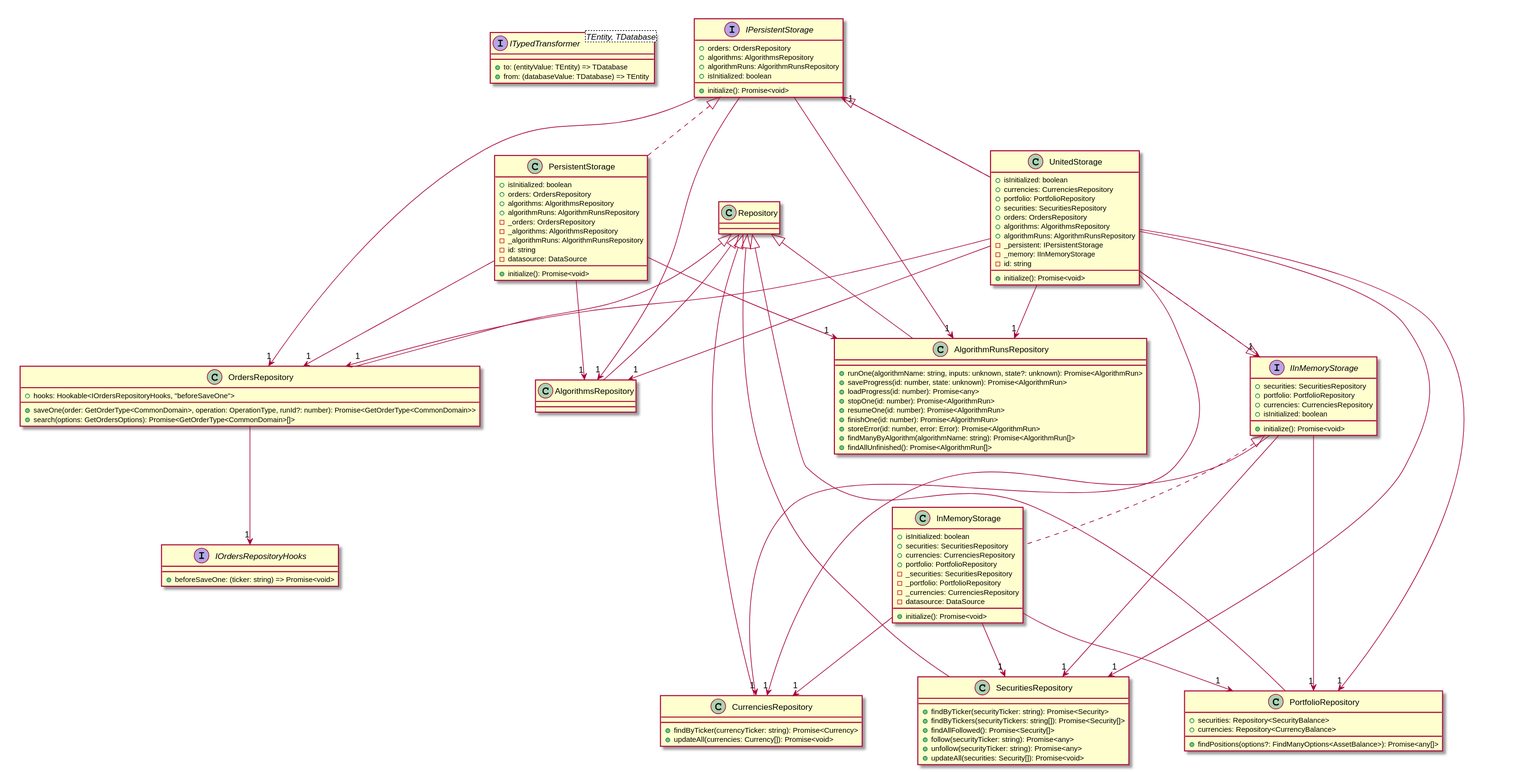
Earlier version of the PlantUML export diagrams/storage.svg (d0rich/tradeb0t).
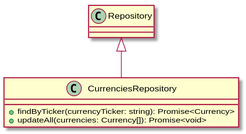
Above is the later version.

What changed in the source:
```diff
@@ -1,114 +1,6 @@
 @startuml
-interface ITypedTransformer<TEntity, TDatabase> {
-    +to: (entityValue: TEntity) => TDatabase
-    +from: (databaseValue: TDatabase) => TEntity
-}
-class AlgorithmsRepository extends Repository
-class AlgorithmRunsRepository extends Repository {
-    +runOne(algorithmName: string, inputs: unknown, state?: unknown): Promise<AlgorithmRun>
-    +saveProgress(id: number, state: unknown): Promise<AlgorithmRun>
-    +loadProgress(id: number): Promise<any>
-    +stopOne(id: number): Promise<AlgorithmRun>
-    +resumeOne(id: number): Promise<AlgorithmRun>
-    +finishOne(id: number): Promise<AlgorithmRun>
-    +storeError(id: number, error: Error): Promise<AlgorithmRun>
-    +findManyByAlgorithm(algorithmName: string): Promise<AlgorithmRun[]>
-    +findAllUnfinished(): Promise<AlgorithmRun[]>
-}
-interface IOrdersRepositoryHooks {
-    +beforeSaveOne: (ticker: string) => Promise<void>
-}
-class OrdersRepository extends Repository {
-    +hooks: Hookable<IOrdersRepositoryHooks, "beforeSaveOne">
-    +saveOne(order: GetOrderType<CommonDomain>, operation: OperationType, runId?: number): Promise<GetOrderType<CommonDomain>>
-    +search(options: GetOrdersOptions): Promise<GetOrderType<CommonDomain>[]>
-}
-interface IPersistentStorage {
-    +orders: OrdersRepository
-    +algorithms: AlgorithmsRepository
-    +algorithmRuns: AlgorithmRunsRepository
-    +isInitialized: boolean
-    +initialize(): Promise<void>
-}
-class PersistentStorage implements IPersistentStorage {
-    +isInitialized: boolean
-    +orders: OrdersRepository
-    +algorithms: AlgorithmsRepository
-    +algorithmRuns: AlgorithmRunsRepository
-    -_orders: OrdersRepository
-    -_algorithms: AlgorithmsRepository
-    -_algorithmRuns: AlgorithmRunsRepository
-    -id: string
-    +initialize(): Promise<void>
-    -datasource: DataSource
-}
-class SecuritiesRepository extends Repository {
-    +findByTicker(securityTicker: string): Promise<Security>
-    +findByTickers(securityTickers: string[]): Promise<Security[]>
-    +findAllFollowed(): Promise<Security[]>
-    +follow(securityTicker: string): Promise<any>
-    +unfollow(securityTicker: string): Promise<any>
-    +updateAll(securities: Security[]): Promise<void>
-}
-class PortfolioRepository extends Repository {
-    +securities: Repository<SecurityBalance>
-    +currencies: Repository<CurrencyBalance>
-    +findPositions(options?: FindManyOptions<AssetBalance>): Promise<any[]>
-}
 class CurrenciesRepository extends Repository {
     +findByTicker(currencyTicker: string): Promise<Currency>
     +updateAll(currencies: Currency[]): Promise<void>
 }
-interface IInMemoryStorage {
-    +securities: SecuritiesRepository
-    +portfolio: PortfolioRepository
-    +currencies: CurrenciesRepository
-    +isInitialized: boolean
-    +initialize(): Promise<void>
-}
-class InMemoryStorage implements IInMemoryStorage {
-    +isInitialized: boolean
-    +securities: SecuritiesRepository
-    +currencies: CurrenciesRepository
-    +portfolio: PortfolioRepository
-    -_securities: SecuritiesRepository
-    -_portfolio: PortfolioRepository
-    -_currencies: CurrenciesRepository
-    -datasource: DataSource
-    +initialize(): Promise<void>
-}
-class UnitedStorage implements IPersistentStorage, IInMemoryStorage {
-    +isInitialized: boolean
-    +currencies: CurrenciesRepository
-    +portfolio: PortfolioRepository
-    +securities: SecuritiesRepository
-    +orders: OrdersRepository
-    +algorithms: AlgorithmsRepository
-    +algorithmRuns: AlgorithmRunsRepository
-    -_persistent: IPersistentStorage
-    -_memory: IInMemoryStorage
-    -id: string
-    +initialize(): Promise<void>
-}
-OrdersRepository --> "1" IOrdersRepositoryHooks
-IPersistentStorage --> "1" OrdersRepository
-IPersistentStorage --> "1" AlgorithmsRepository
-IPersistentStorage --> "1" AlgorithmRunsRepository
-PersistentStorage --> "1" OrdersRepository
-PersistentStorage --> "1" AlgorithmsRepository
-PersistentStorage --> "1" AlgorithmRunsRepository
-IInMemoryStorage --> "1" SecuritiesRepository
-IInMemoryStorage --> "1" PortfolioRepository
-IInMemoryStorage --> "1" CurrenciesRepository
-InMemoryStorage --> "1" SecuritiesRepository
-InMemoryStorage --> "1" CurrenciesRepository
-InMemoryStorage --> "1" PortfolioRepository
-UnitedStorage --> "1" CurrenciesRepository
-UnitedStorage --> "1" PortfolioRepository
-UnitedStorage --> "1" SecuritiesRepository
-UnitedStorage --> "1" OrdersRepository
-UnitedStorage --> "1" AlgorithmsRepository
-UnitedStorage --> "1" AlgorithmRunsRepository
-UnitedStorage --> "1" IPersistentStorage
-UnitedStorage --> "1" IInMemoryStorage
 @enduml
```
